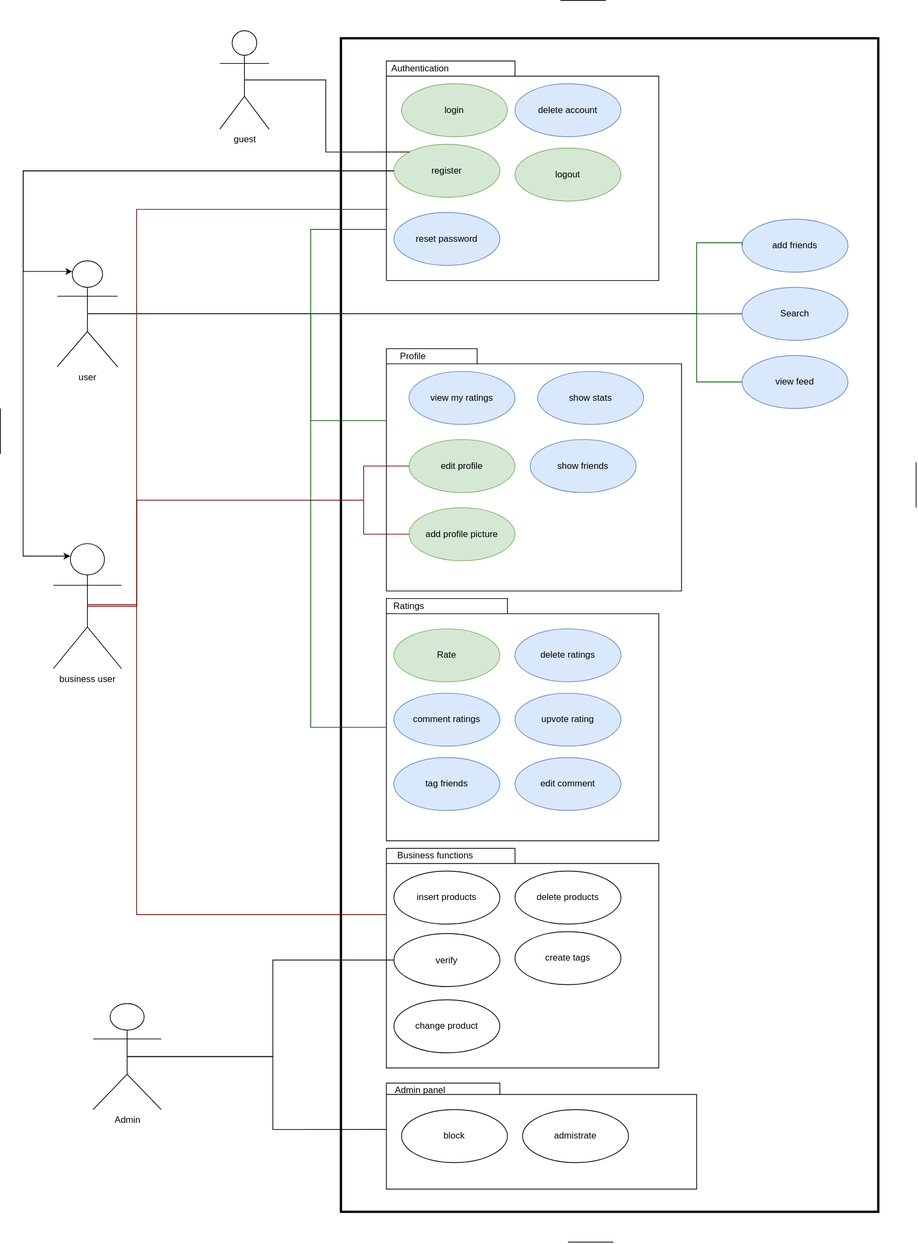
Earlier version of the draw.io export docs/UseCaseDiagram.svg (paul-schweng/UNDECIDED). Source tidied: cells renumbered, new cells last; positions are measured from the earlier drawing's top-left corner, leaving out a move shared by most shapes.
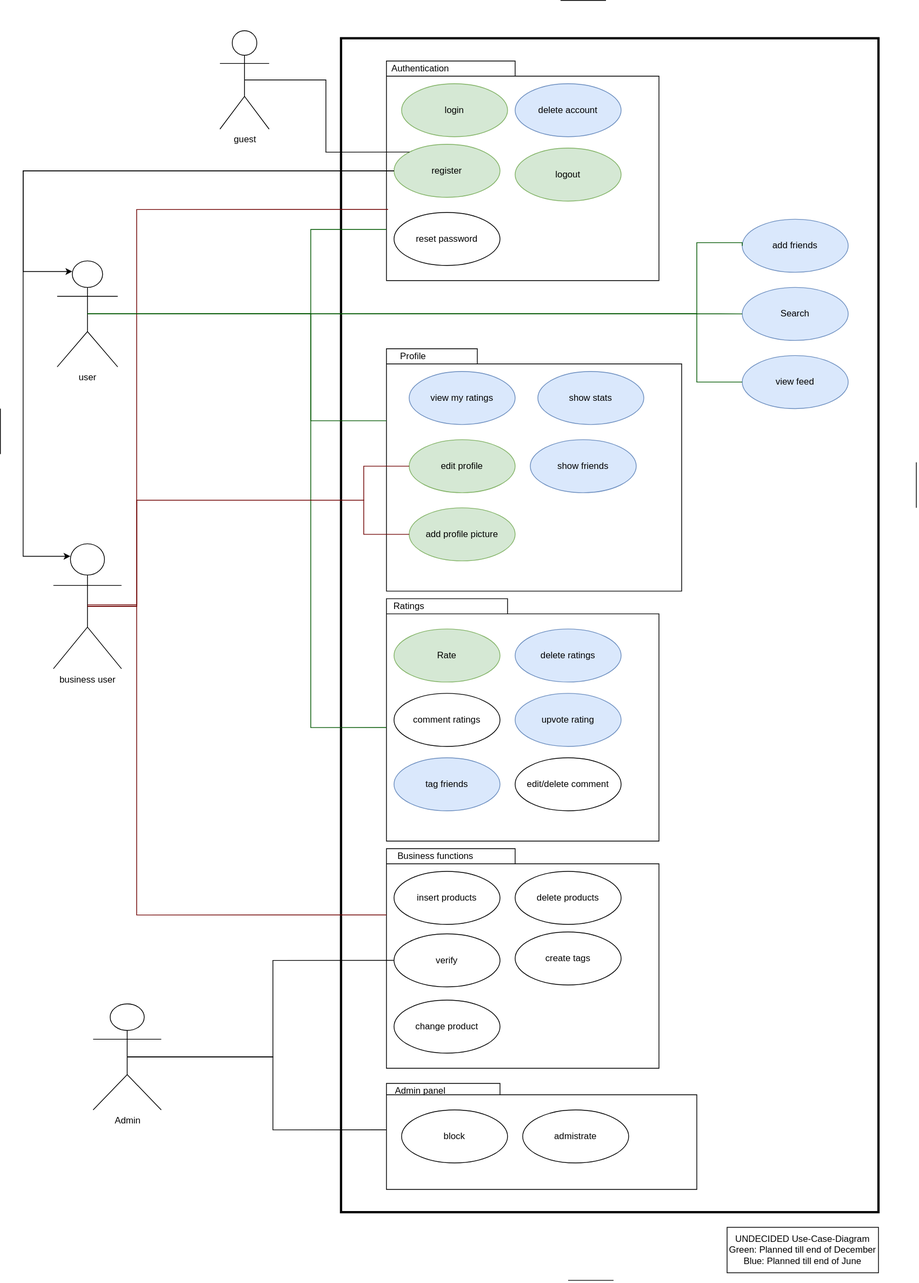
The same diagram one commit later.

Diff of the diagram source:
```diff
@@ -43,7 +43,7 @@
     <mxCell id="13" style="shape=folder;fontStyle=1;spacingTop=10;tabWidth=160;tabHeight=20;tabPosition=left;html=1;" parent="1" vertex="1">
       <mxGeometry x="510" y="790" width="360" height="320" as="geometry" />
     </mxCell>
-    <mxCell id="14" value="comment ratings" style="ellipse;whiteSpace=wrap;html=1;direction=west;fillColor=#dae8fc;strokeColor=#6c8ebf;" parent="1" vertex="1">
+    <mxCell id="14" value="comment ratings" style="ellipse;whiteSpace=wrap;html=1;direction=west;" parent="1" vertex="1">
       <mxGeometry x="520" y="915" width="140" height="70" as="geometry" />
     </mxCell>
     <mxCell id="15" value="upvote rating" style="ellipse;whiteSpace=wrap;html=1;direction=west;fillColor=#dae8fc;strokeColor=#6c8ebf;" parent="1" vertex="1">
@@ -76,7 +76,7 @@
     <mxCell id="24" value="delete products" style="ellipse;whiteSpace=wrap;html=1;direction=west;" parent="1" vertex="1">
       <mxGeometry x="680" y="1150" width="140" height="70" as="geometry" />
     </mxCell>
-    <mxCell id="25" value="edit comment" style="ellipse;whiteSpace=wrap;html=1;direction=west;fillColor=#dae8fc;strokeColor=#6c8ebf;" parent="1" vertex="1">
+    <mxCell id="25" value="edit/delete comment" style="ellipse;whiteSpace=wrap;html=1;direction=west;" parent="1" vertex="1">
       <mxGeometry x="680" y="1000" width="140" height="70" as="geometry" />
     </mxCell>
     <mxCell id="26" value="Ratings" style="text;html=1;strokeColor=none;fillColor=none;align=center;verticalAlign=middle;whiteSpace=wrap;rounded=0;" parent="1" vertex="1">
@@ -167,7 +167,7 @@
     <mxCell id="46" value="Admin panel" style="text;html=1;strokeColor=none;fillColor=none;align=center;verticalAlign=middle;whiteSpace=wrap;rounded=0;" parent="1" vertex="1">
       <mxGeometry x="510" y="1430" width="90" height="20" as="geometry" />
     </mxCell>
-    <mxCell id="47" value="reset password" style="ellipse;whiteSpace=wrap;html=1;fillColor=#dae8fc;strokeColor=#6c8ebf;" parent="1" vertex="1">
+    <mxCell id="47" value="reset password" style="ellipse;whiteSpace=wrap;html=1;" parent="1" vertex="1">
       <mxGeometry x="520" y="280" width="140" height="70" as="geometry" />
     </mxCell>
     <mxCell id="48" value="view feed" style="ellipse;whiteSpace=wrap;html=1;direction=west;fillColor=#dae8fc;strokeColor=#6c8ebf;" parent="1" vertex="1">
@@ -249,8 +249,8 @@
     </mxCell>
     <mxCell id="58" style="endArrow=none;html=1;rounded=0;" parent="1" edge="1">
       <mxGeometry relative="1" as="geometry">
-        <mxPoint x="750" y="1640" as="sourcePoint" />
-        <mxPoint x="810" y="1640" as="targetPoint" />
+        <mxPoint x="750" y="1690" as="sourcePoint" />
+        <mxPoint x="810" y="1690" as="targetPoint" />
       </mxGeometry>
     </mxCell>
     <mxCell id="59" style="edgeStyle=elbowEdgeStyle;elbow=horizontal;endArrow=classic;html=1;rounded=0;exitX=1;exitY=0.5;exitDx=0;exitDy=0;entryX=0.25;entryY=0.1;entryDx=0;entryDy=0;entryPerimeter=0;" parent="1" edge="1" source="7" target="4">
@@ -273,5 +273,8 @@
         <mxPoint y="599" as="targetPoint" />
       </mxGeometry>
     </mxCell>
+    <mxCell id="62" value="UNDECIDED Use-Case-Diagram&lt;br&gt;Green: Planned till end of December&lt;br&gt;Blue: Planned till end of June" style="rounded=0;whiteSpace=wrap;html=1;" parent="1" vertex="1">
+      <mxGeometry x="960" y="1620" width="200" height="60" as="geometry" />
+    </mxCell>
   </root>
 </mxGraphModel>
```
